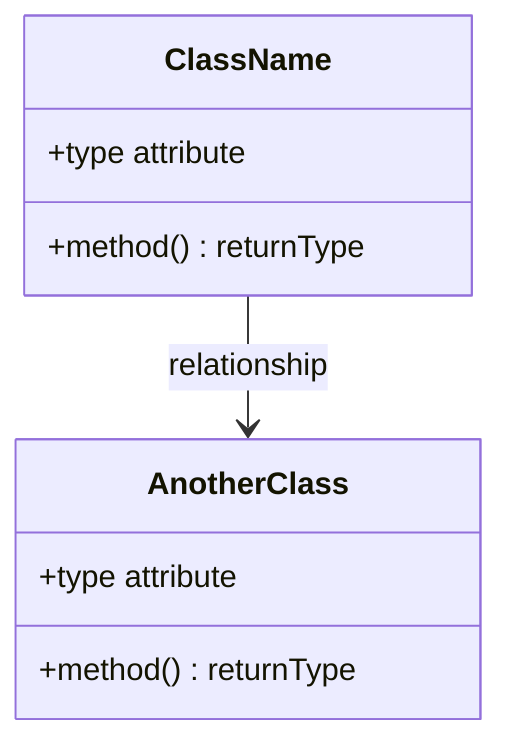
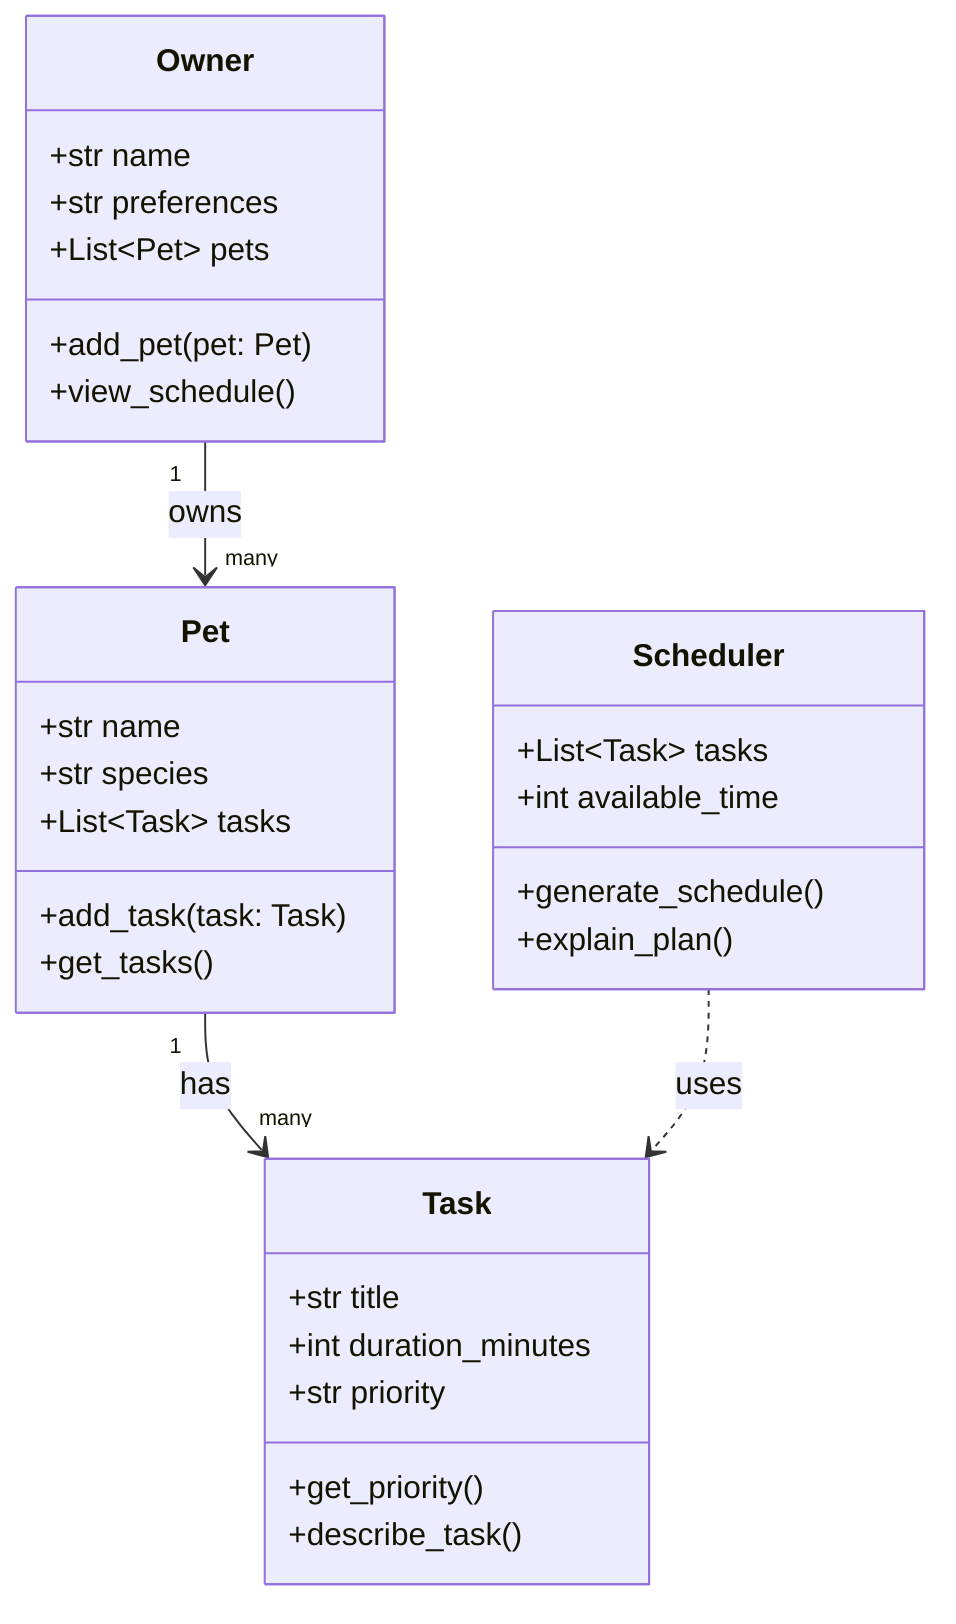
classDiagram
-     %% Replace the placeholders below with your actual classes, attributes, methods, and relationships.
-     %% Keep this file updated so it matches your final implementation.
- 
-     class ClassName {
-         +type attribute
-         +method() returnType
+     class Owner {
+         +str name
+         +str preferences
+         +List~Pet~ pets
+         +add_pet(pet: Pet)
+         +view_schedule()
    }

-     class AnotherClass {
-         +type attribute
-         +method() returnType
+     class Pet {
+         +str name
+         +str species
+         +List~Task~ tasks
+         +add_task(task: Task)
+         +get_tasks()
    }

-     ClassName --> AnotherClass : relationship
+     class Task {
+         +str title
+         +int duration_minutes
+         +str priority
+         +get_priority()
+         +describe_task()
+     }
+ 
+     class Scheduler {
+         +List~Task~ tasks
+         +int available_time
+         +generate_schedule()
+         +explain_plan()
+     }
+ 
+     Owner "1" --> "many" Pet : owns
+     Pet "1" --> "many" Task : has
+     Scheduler ..> Task : uses
